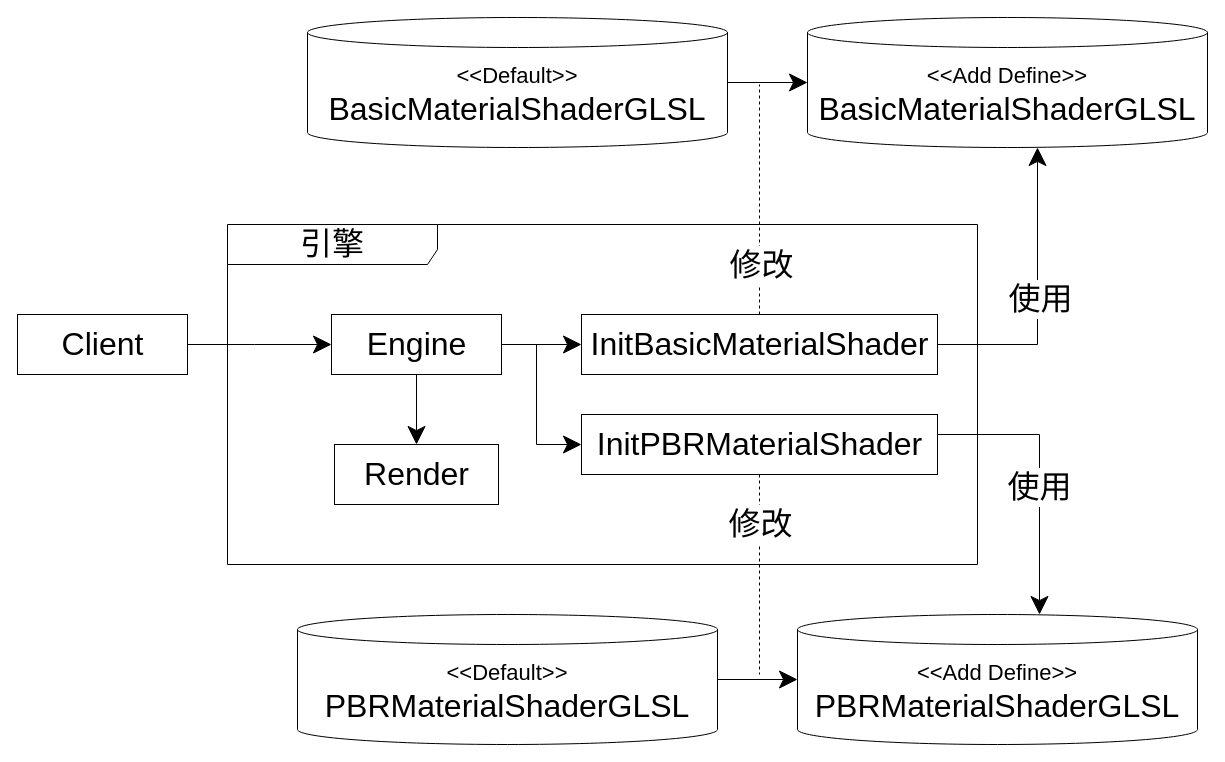
Earlier version of the draw.io diagram packages/拼接模式/story_before/story_before.drawio (yyc-git/3DProgramPattern). Source tidied: cells renumbered, new cells numbered last; positions are measured from the earlier drawing's top-left corner, leaving out a move shared by most shapes. Both pictures are drawn from the tidied source at 100%, with x=0, y=0 at pixel (17, 17).
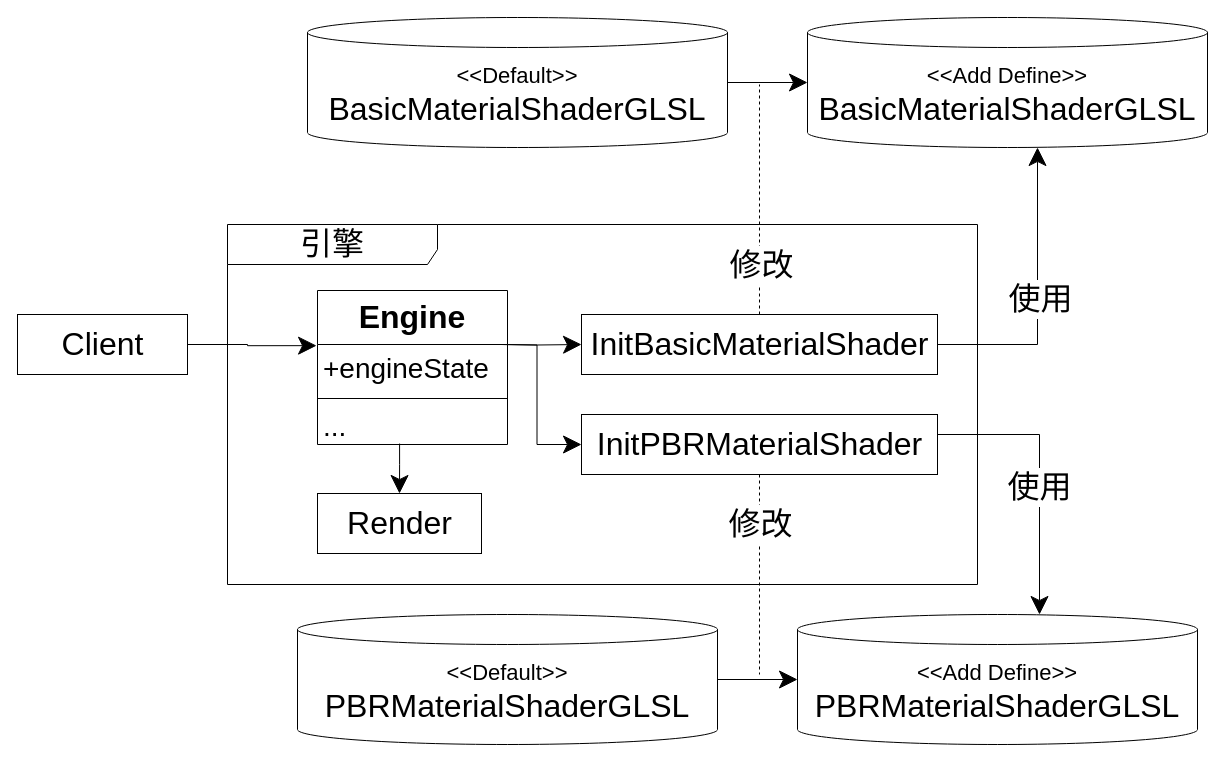
Above is the later version.

The change refers to these unchanged cells:
```xml
<mxCell id="4" value="Client" style="html=1;fontSize=32;" parent="1" vertex="1">
  <mxGeometry y="297" width="170" height="60" as="geometry" />
</mxCell>
<mxCell id="16" value="InitBasicMaterialShader" style="html=1;fontSize=32;" parent="1" vertex="1">
  <mxGeometry x="564" y="297" width="356" height="60" as="geometry" />
</mxCell>
<mxCell id="22" value="InitPBRMaterialShader" style="html=1;fontSize=32;" parent="1" vertex="1">
  <mxGeometry x="564" y="397" width="356" height="60" as="geometry" />
</mxCell>
```

Diff of the diagram source:
```diff
@@
     <mxCell id="2" value="&lt;font style=&quot;font-size: 32px&quot;&gt;引擎&lt;/font&gt;" style="shape=umlFrame;whiteSpace=wrap;html=1;width=210;height=40;fontSize=32;" parent="1" vertex="1">
-      <mxGeometry x="210" y="207" width="750" height="340" as="geometry" />
+      <mxGeometry x="210" y="207" width="750" height="360" as="geometry" />
     </mxCell>
-    <mxCell id="3" style="edgeStyle=orthogonalEdgeStyle;rounded=0;jettySize=auto;html=1;startSize=16;endSize=16;exitX=1;exitY=0.5;exitDx=0;exitDy=0;" parent="1" edge="1" source="4">
-      <mxGeometry relative="1" as="geometry">
-        <mxPoint x="314" y="327" as="targetPoint" />
-      </mxGeometry>
+    <mxCell id="3" style="edgeStyle=orthogonalEdgeStyle;rounded=0;jettySize=auto;html=1;startSize=16;endSize=16;exitX=1;exitY=0.5;exitDx=0;exitDy=0;entryX=-0.005;entryY=0.023;entryDx=0;entryDy=0;entryPerimeter=0;" parent="1" edge="1" source="4" target="26">
+      <mxGeometry relative="1" as="geometry" />
     </mxCell>
@@
-    <mxCell id="8" style="edgeStyle=orthogonalEdgeStyle;rounded=0;jettySize=auto;html=1;endSize=16;startSize=16;" parent="1" edge="1" source="11" target="16">
-      <mxGeometry relative="1" as="geometry" />
+    <mxCell id="8" style="edgeStyle=orthogonalEdgeStyle;rounded=0;jettySize=auto;html=1;endSize=16;startSize=16;" parent="1" edge="1" target="16">
+      <mxGeometry relative="1" as="geometry">
+        <mxPoint x="484" y="327" as="sourcePoint" />
+      </mxGeometry>
     </mxCell>
-    <mxCell id="9" style="edgeStyle=orthogonalEdgeStyle;rounded=0;jettySize=auto;html=1;endSize=16;startSize=16;" parent="1" edge="1" source="11" target="17">
+    <mxCell id="9" style="edgeStyle=orthogonalEdgeStyle;rounded=0;jettySize=auto;html=1;endSize=16;startSize=16;exitX=0.432;exitY=0.978;exitDx=0;exitDy=0;exitPerimeter=0;" parent="1" edge="1" source="28" target="17">
       <mxGeometry relative="1" as="geometry" />
     </mxCell>
-    <mxCell id="10" style="edgeStyle=orthogonalEdgeStyle;rounded=0;jettySize=auto;html=1;entryX=0;entryY=0.5;entryDx=0;entryDy=0;startSize=16;endSize=16;" parent="1" edge="1" source="11" target="22">
-      <mxGeometry relative="1" as="geometry" />
+    <mxCell id="10" style="edgeStyle=orthogonalEdgeStyle;rounded=0;jettySize=auto;html=1;entryX=0;entryY=0.5;entryDx=0;entryDy=0;startSize=16;endSize=16;" parent="1" edge="1" target="22">
+      <mxGeometry relative="1" as="geometry">
+        <mxPoint x="484" y="327" as="sourcePoint" />
+      </mxGeometry>
     </mxCell>
-    <mxCell id="11" value="Engine" style="html=1;fontSize=32;" parent="1" vertex="1">
-      <mxGeometry x="314" y="297" width="170" height="60" as="geometry" />
-    </mxCell>
@@
     <mxCell id="17" value="Render" style="html=1;fontSize=32;" parent="1" vertex="1">
-      <mxGeometry x="317" y="427" width="164" height="60" as="geometry" />
+      <mxGeometry x="300" y="476" width="164" height="60" as="geometry" />
     </mxCell>
@@
+    <mxCell id="11" value="Engine" style="swimlane;fontStyle=1;align=center;verticalAlign=top;horizontal=1;startSize=54;fontSize=32;" parent="1" vertex="1">
+      <mxGeometry x="300" y="273" width="190" height="154" as="geometry" />
+    </mxCell>
+    <mxCell id="26" value="+engineState" style="text;strokeColor=none;fillColor=none;align=left;verticalAlign=top;spacingLeft=4;spacingRight=4;overflow=hidden;points=[[0,0.5],[1,0.5]];portConstraint=eastwest;fontSize=28;" parent="11" vertex="1">
+      <mxGeometry y="54" width="190" height="50" as="geometry" />
+    </mxCell>
+    <mxCell id="27" style="line;strokeWidth=1;fillColor=none;align=left;verticalAlign=middle;spacingTop=-1;spacingLeft=3;spacingRight=3;labelPosition=right;" parent="11" vertex="1">
+      <mxGeometry y="104" width="190" height="8" as="geometry" />
+    </mxCell>
+    <mxCell id="28" value="..." style="text;strokeColor=none;fillColor=none;align=left;verticalAlign=top;spacingLeft=4;spacingRight=4;overflow=hidden;points=[[0,0.5],[1,0.5]];portConstraint=eastwest;fontSize=28;" parent="11" vertex="1">
+      <mxGeometry y="112" width="190" height="42" as="geometry" />
+    </mxCell>
```
